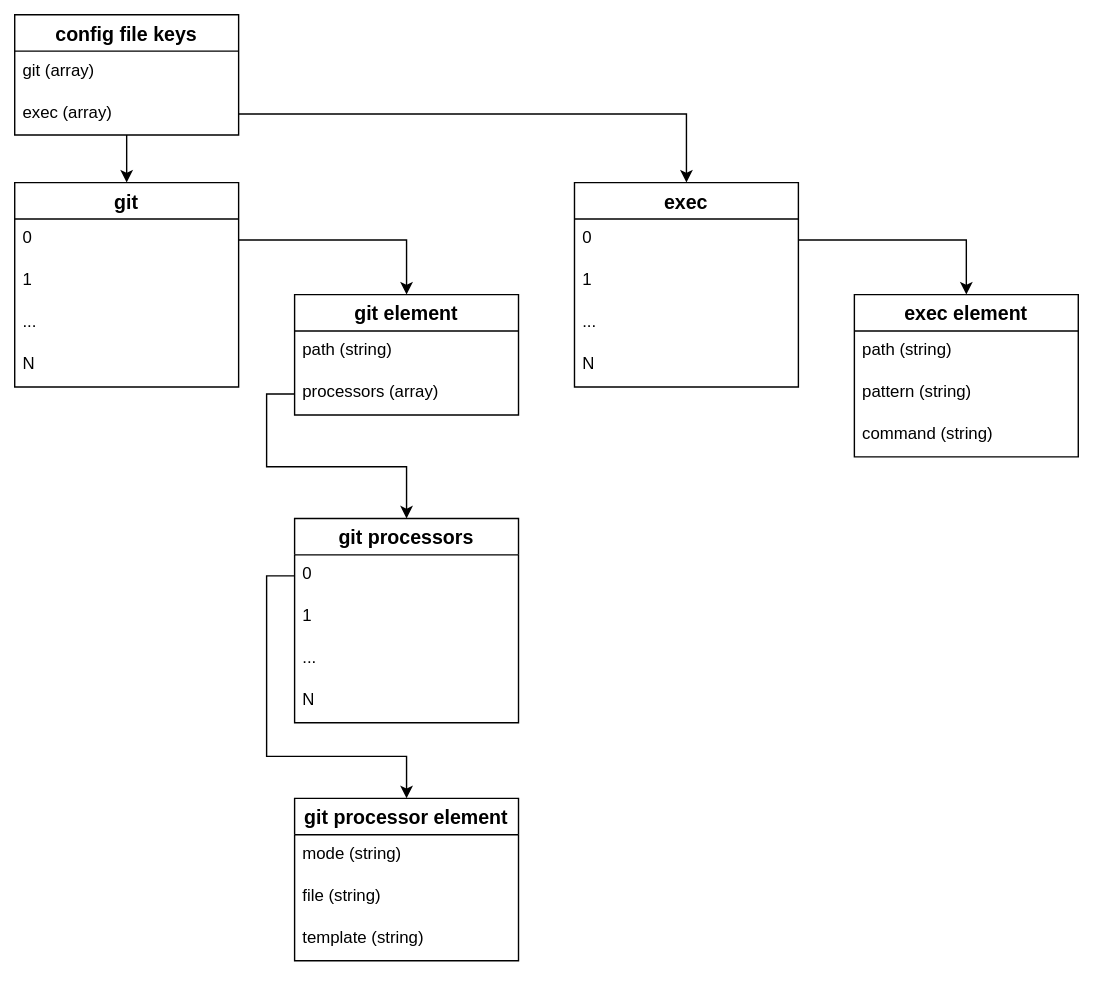
Above: config-data-model.drawio.svg in jason-dour/hugo-preproc (draw.io), before the change. Source tidied: cells renumbered, new cells last; positions are measured from the earlier drawing's top-left corner, leaving out a move shared by most shapes.
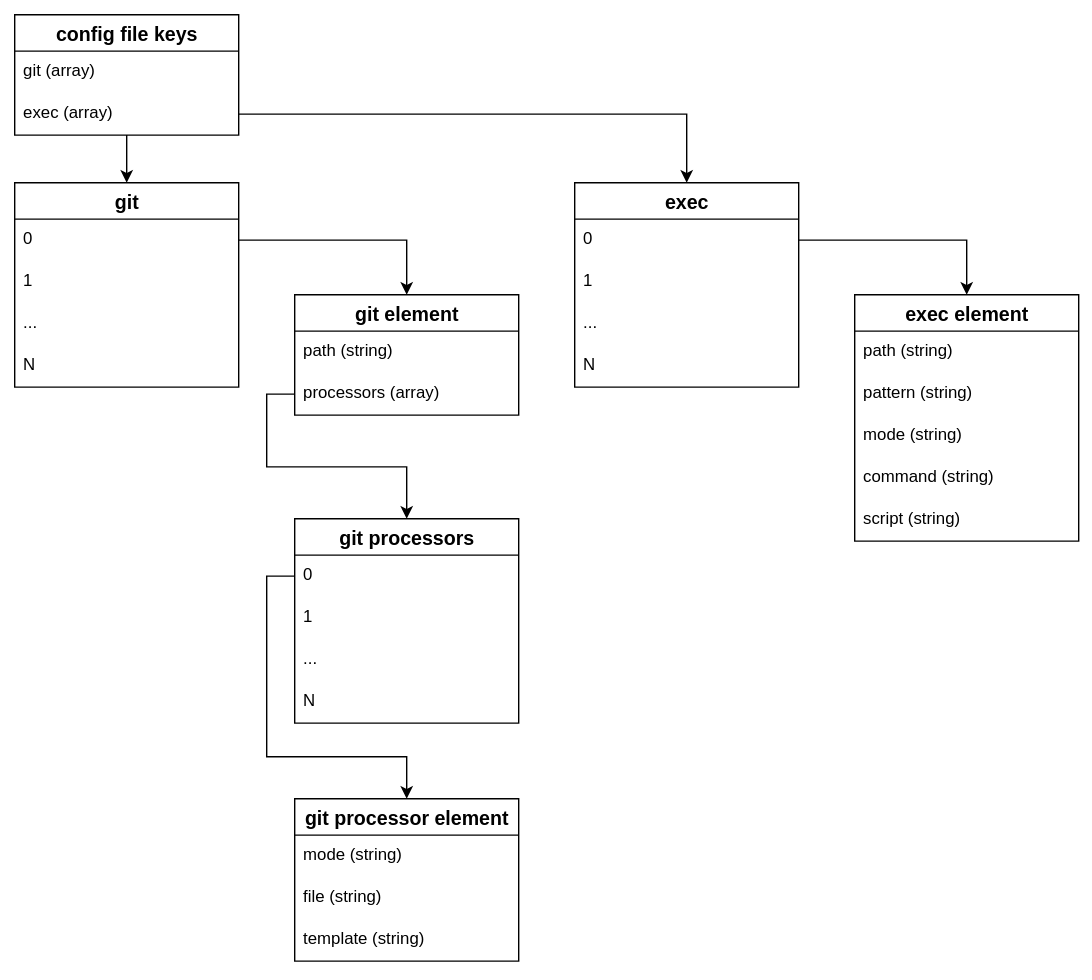
The same file after the commit.

Commit message:
Updated documentation to match new features and data structure.

The edit, as a diff of the source:
```diff
@@ -102,7 +102,7 @@
       </mxGeometry>
     </mxCell>
     <mxCell id="33" value="exec element" style="swimlane;fontStyle=1;horizontal=1;startSize=26;align=center;fontSize=14;" parent="1" vertex="1">
-      <mxGeometry x="610" y="210" width="160" height="116" as="geometry" />
+      <mxGeometry x="610" y="210" width="160" height="176" as="geometry" />
     </mxCell>
     <mxCell id="34" value="path (string)" style="text;strokeColor=none;fillColor=none;spacingLeft=4;spacingRight=4;overflow=hidden;fontSize=12;" parent="33" vertex="1">
       <mxGeometry y="26" width="160" height="30" as="geometry" />
@@ -110,9 +110,15 @@
     <mxCell id="35" value="pattern (string)" style="text;strokeColor=none;fillColor=none;spacingLeft=4;spacingRight=4;overflow=hidden;fontSize=12;" parent="33" vertex="1">
       <mxGeometry y="56" width="160" height="30" as="geometry" />
     </mxCell>
+    <mxCell id="38" value="mode (string)" style="text;strokeColor=none;fillColor=none;spacingLeft=4;spacingRight=4;overflow=hidden;fontSize=12;" parent="33" vertex="1">
+      <mxGeometry y="86" width="160" height="30" as="geometry" />
+    </mxCell>
     <mxCell id="36" value="command (string)" style="text;strokeColor=none;fillColor=none;spacingLeft=4;spacingRight=4;overflow=hidden;fontSize=12;" parent="33" vertex="1">
-      <mxGeometry y="86" width="160" height="30" as="geometry" />
+      <mxGeometry y="116" width="160" height="30" as="geometry" />
     </mxCell>
+    <mxCell id="39" value="script (string)" style="text;strokeColor=none;fillColor=none;spacingLeft=4;spacingRight=4;overflow=hidden;fontSize=12;" parent="33" vertex="1">
+      <mxGeometry y="146" width="160" height="30" as="geometry" />
+    </mxCell>
     <mxCell id="37" style="edgeStyle=orthogonalEdgeStyle;rounded=0;jettySize=auto;html=1;" parent="1" edge="1" source="13" target="33">
       <mxGeometry relative="1" as="geometry" />
     </mxCell>
```
